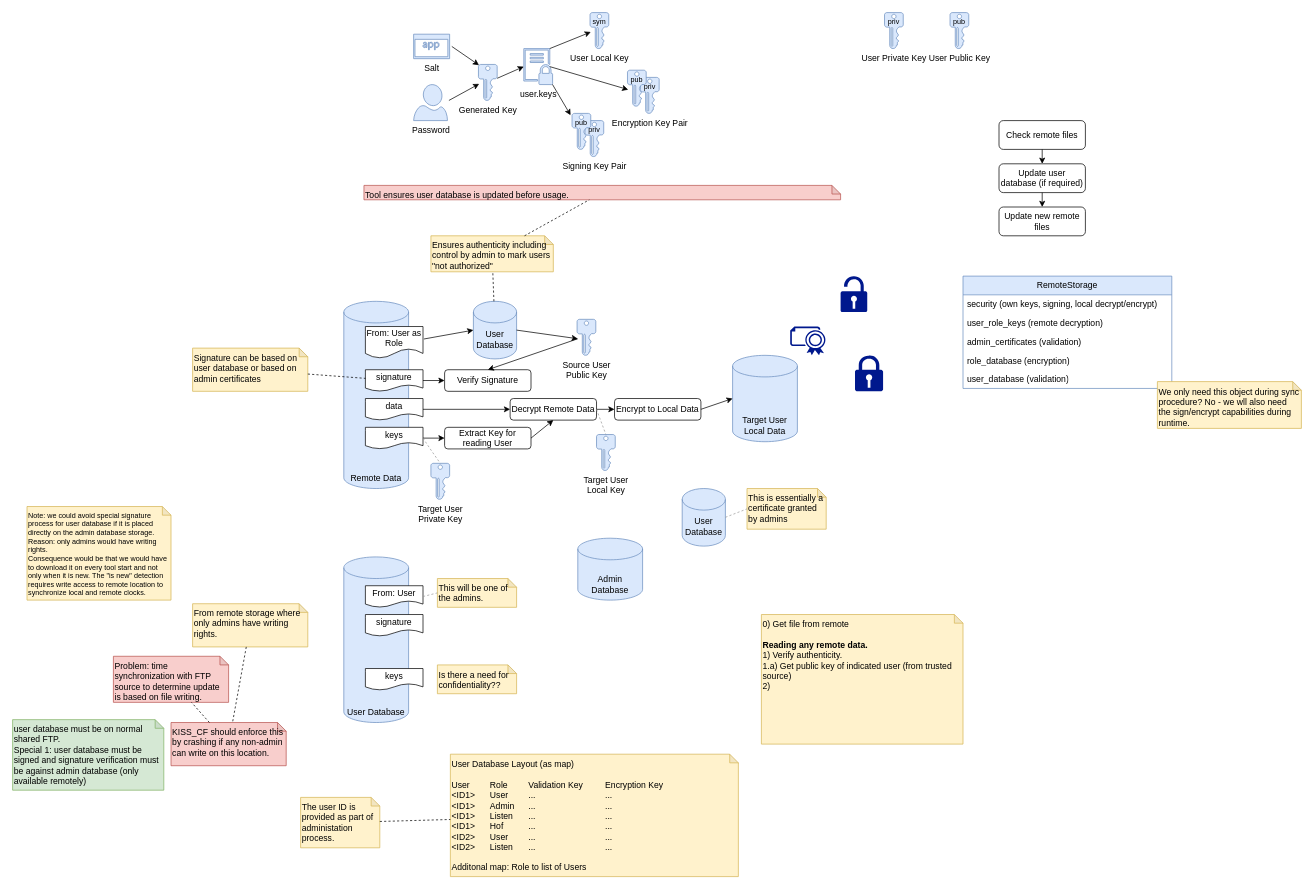
Above: page "SecurityPattern" (7 of 7) of doc/security.drawio in alexander-rd/appxf (draw.io), before the change. Source tidied: cells renumbered, new cells numbered last; positions are measured from the earlier drawing's top-left corner, leaving out a move shared by most shapes. Both pictures are drawn from the tidied source at 72%, with x=0, y=0 at pixel (12, 12).
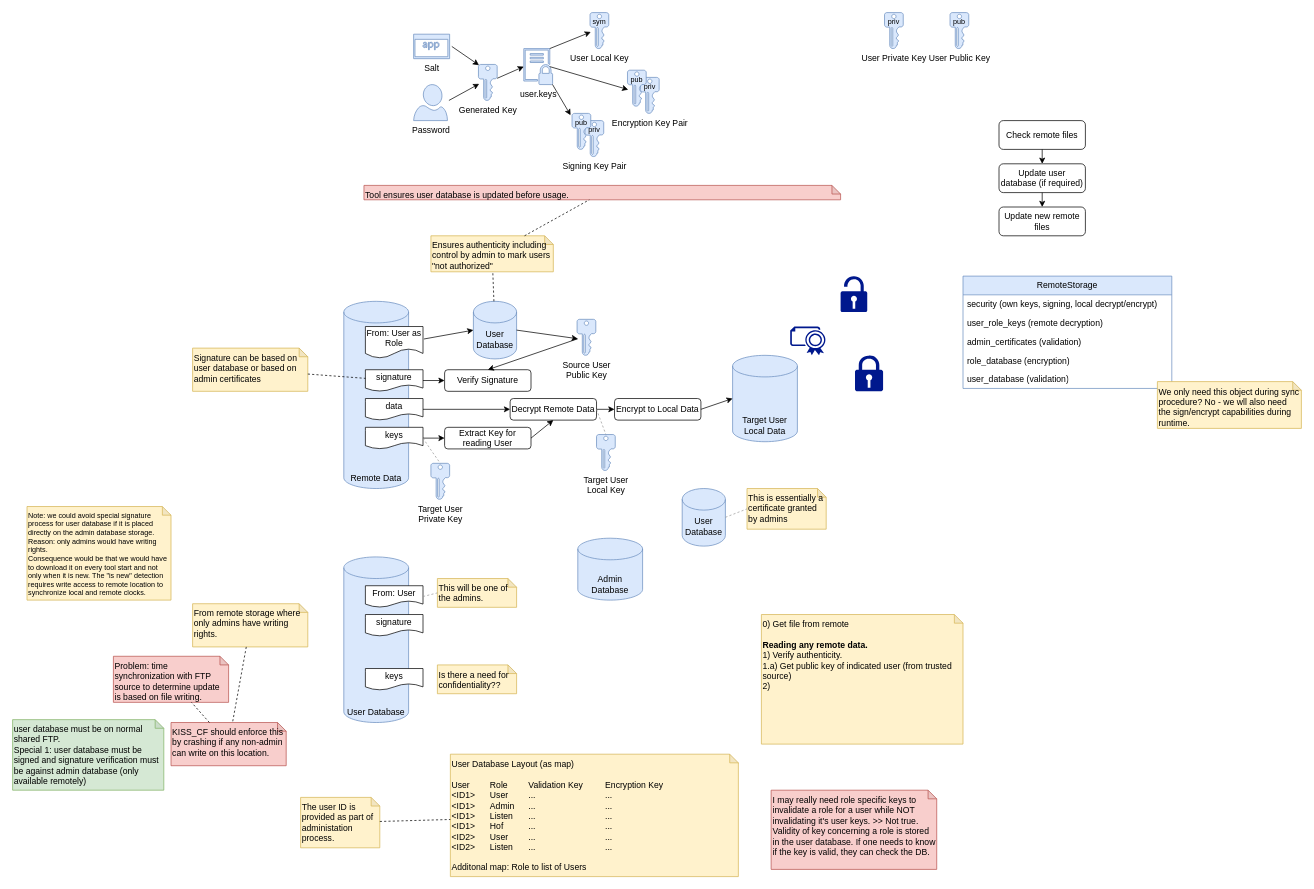
The same page after the edit.

Change to the diagram source:
```diff
@@
+    <mxCell id="101" value="I may really need role specific keys to invalidate a role for a user while NOT invalidating it's user keys. &amp;gt;&amp;gt; Not true. Validity of key concerning a role is stored in the user database. If one needs to know if the key is valid, they can check the DB.&lt;br&gt;&lt;div&gt;&lt;br/&gt;&lt;/div&gt;" style="shape=note;whiteSpace=wrap;html=1;backgroundOutline=1;darkOpacity=0.05;align=left;size=12;horizontal=1;verticalAlign=top;fillColor=#f8cecc;strokeColor=#b85450;" parent="1" vertex="1">
+      <mxGeometry x="1053.5" y="1080" width="230" height="110" as="geometry" />
+    </mxCell>
```
